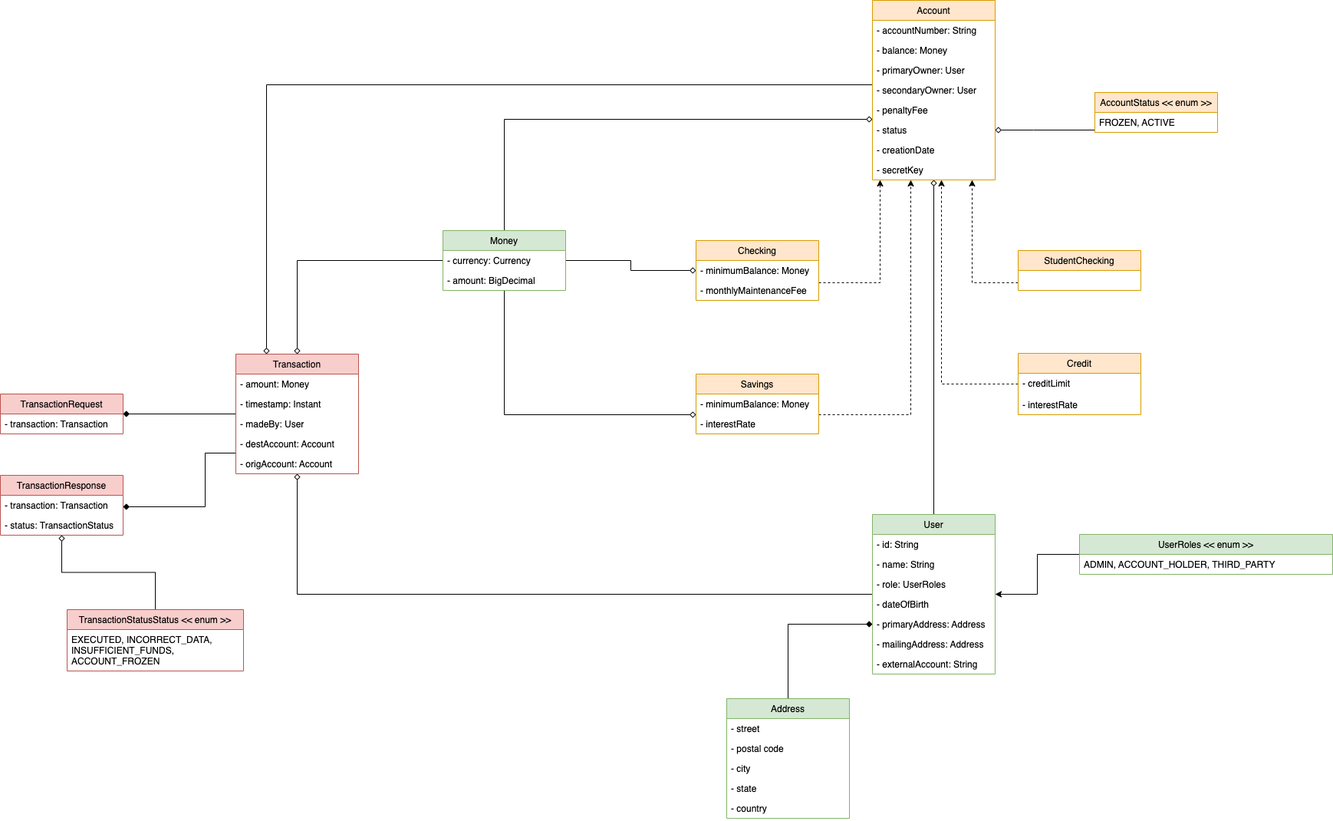
Earlier version of the draw.io export docs/ironbank-classes.png (J3-PT-Java-Bootcamp/alejandroarraiza-ironbank). Source tidied: cells renumbered, new cells last; positions are measured from the earlier drawing's top-left corner, leaving out a move shared by most shapes.
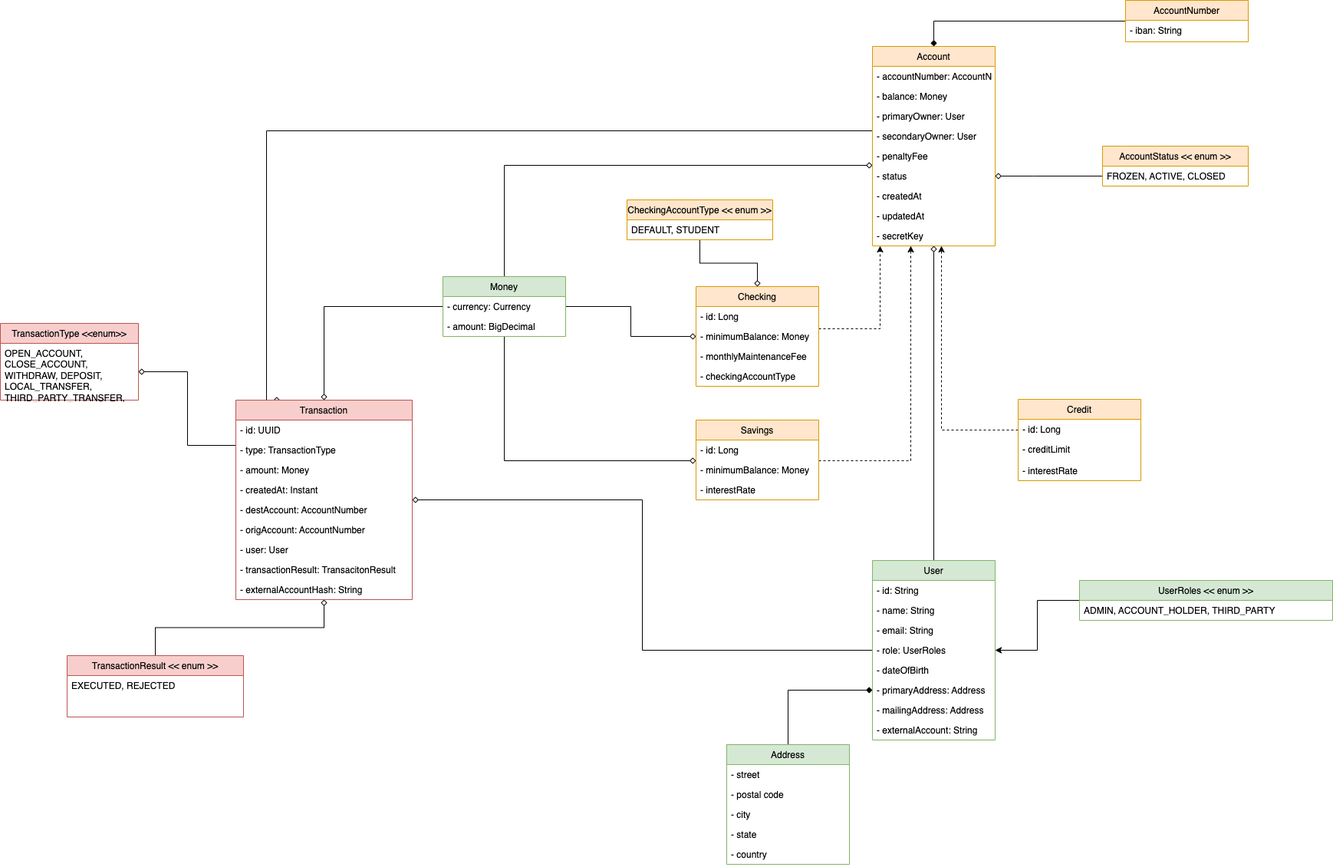
The same file after the commit.

Diff of the diagram source:
```diff
@@ -12,20 +12,16 @@
     <mxCell id="3" value="Checking" style="swimlane;fontStyle=0;horizontal=1;startSize=26;fillColor=#ffe6cc;strokeColor=#d79b00;" parent="1" vertex="1">
-      <mxGeometry x="907" y="313" width="160" height="78" as="geometry" />
+      <mxGeometry x="907" y="313" width="160" height="130" as="geometry" />
     </mxCell>
+    <mxCell id="72" value="- id: Long" style="text;strokeColor=none;fillColor=none;align=left;verticalAlign=top;spacingLeft=4;spacingRight=4;overflow=hidden;" parent="3" vertex="1">
+      <mxGeometry y="26" width="160" height="26" as="geometry" />
+    </mxCell>
     <mxCell id="4" value="- minimumBalance: Money" style="text;strokeColor=none;fillColor=none;align=left;verticalAlign=top;spacingLeft=4;spacingRight=4;overflow=hidden;" parent="3" vertex="1">
-      <mxGeometry y="26" width="160" height="26" as="geometry" />
+      <mxGeometry y="52" width="160" height="26" as="geometry" />
     </mxCell>
     <mxCell id="5" value="- monthlyMaintenanceFee" style="text;strokeColor=none;fillColor=none;align=left;verticalAlign=top;spacingLeft=4;spacingRight=4;overflow=hidden;" parent="3" vertex="1">
-      <mxGeometry y="52" width="160" height="26" as="geometry" />
+      <mxGeometry y="78" width="160" height="26" as="geometry" />
     </mxCell>
-    <mxCell id="6" style="edgeStyle=orthogonalEdgeStyle;rounded=0;jettySize=auto;html=1;dashed=1;" parent="1" edge="1" source="7" target="17">
-      <mxGeometry relative="1" as="geometry">
-        <Array as="points">
-          <mxPoint x="1267" y="368" />
-        </Array>
-      </mxGeometry>
-    </mxCell>
-    <mxCell id="7" value="StudentChecking" style="swimlane;fontStyle=0;horizontal=1;startSize=26;fillColor=#ffe6cc;strokeColor=#d79b00;" parent="1" vertex="1">
-      <mxGeometry x="1327" y="326" width="160" height="52" as="geometry" />
-    </mxCell>
+    <mxCell id="73" value="- checkingAccountType" style="text;strokeColor=none;fillColor=none;align=left;verticalAlign=top;spacingLeft=4;spacingRight=4;overflow=hidden;" parent="3" vertex="1">
+      <mxGeometry y="104" width="160" height="26" as="geometry" />
+    </mxCell>
     <mxCell id="8" style="edgeStyle=orthogonalEdgeStyle;rounded=0;jettySize=auto;html=1;dashed=1;" parent="1" edge="1" source="9" target="17">
@@ -38,9 +34,12 @@
     <mxCell id="9" value="Savings" style="swimlane;fontStyle=0;horizontal=1;startSize=26;fillColor=#ffe6cc;strokeColor=#d79b00;" parent="1" vertex="1">
-      <mxGeometry x="907" y="487" width="160" height="78" as="geometry" />
+      <mxGeometry x="907" y="487" width="160" height="104" as="geometry" />
     </mxCell>
+    <mxCell id="74" value="- id: Long" style="text;strokeColor=none;fillColor=none;align=left;verticalAlign=top;spacingLeft=4;spacingRight=4;overflow=hidden;" parent="9" vertex="1">
+      <mxGeometry y="26" width="160" height="26" as="geometry" />
+    </mxCell>
     <mxCell id="10" value="- minimumBalance: Money" style="text;strokeColor=none;fillColor=none;align=left;verticalAlign=top;spacingLeft=4;spacingRight=4;overflow=hidden;" parent="9" vertex="1">
-      <mxGeometry y="26" width="160" height="26" as="geometry" />
+      <mxGeometry y="52" width="160" height="26" as="geometry" />
     </mxCell>
     <mxCell id="11" value="- interestRate" style="text;strokeColor=none;fillColor=none;align=left;verticalAlign=top;spacingLeft=4;spacingRight=4;overflow=hidden;" parent="9" vertex="1">
-      <mxGeometry y="52" width="160" height="26" as="geometry" />
+      <mxGeometry y="78" width="160" height="26" as="geometry" />
     </mxCell>
@@ -54,9 +53,12 @@
     <mxCell id="13" value="Credit" style="swimlane;fontStyle=0;horizontal=1;startSize=26;fillColor=#ffe6cc;strokeColor=#d79b00;" parent="1" vertex="1">
-      <mxGeometry x="1327" y="460" width="160" height="80" as="geometry" />
+      <mxGeometry x="1327" y="460" width="160" height="106" as="geometry" />
     </mxCell>
+    <mxCell id="75" value="- id: Long" style="text;strokeColor=none;fillColor=none;align=left;verticalAlign=top;spacingLeft=4;spacingRight=4;overflow=hidden;" parent="13" vertex="1">
+      <mxGeometry y="26" width="160" height="26" as="geometry" />
+    </mxCell>
     <mxCell id="14" value="- creditLimit" style="text;strokeColor=none;fillColor=none;align=left;verticalAlign=top;spacingLeft=4;spacingRight=4;overflow=hidden;" parent="13" vertex="1">
-      <mxGeometry y="26" width="160" height="28" as="geometry" />
+      <mxGeometry y="52" width="160" height="28" as="geometry" />
     </mxCell>
     <mxCell id="15" value="- interestRate" style="text;strokeColor=none;fillColor=none;align=left;verticalAlign=top;spacingLeft=4;spacingRight=4;overflow=hidden;" parent="13" vertex="1">
-      <mxGeometry y="54" width="160" height="26" as="geometry" />
+      <mxGeometry y="80" width="160" height="26" as="geometry" />
     </mxCell>
@@ -70,5 +72,5 @@
     <mxCell id="17" value="Account" style="swimlane;fontStyle=0;horizontal=1;startSize=26;fillColor=#ffe6cc;strokeColor=#d79b00;" parent="1" vertex="1">
-      <mxGeometry x="1137" width="160" height="234" as="geometry" />
+      <mxGeometry x="1137" width="160" height="260" as="geometry" />
     </mxCell>
-    <mxCell id="18" value="- accountNumber: String" style="text;strokeColor=none;fillColor=none;align=left;verticalAlign=top;spacingLeft=4;spacingRight=4;overflow=hidden;" parent="17" vertex="1">
+    <mxCell id="18" value="- accountNumber: AccountNumber" style="text;strokeColor=none;fillColor=none;align=left;verticalAlign=top;spacingLeft=4;spacingRight=4;overflow=hidden;" parent="17" vertex="1">
       <mxGeometry y="26" width="160" height="26" as="geometry" />
@@ -90,7 +92,10 @@
     </mxCell>
-    <mxCell id="24" value="- creationDate" style="text;strokeColor=none;fillColor=none;align=left;verticalAlign=top;spacingLeft=4;spacingRight=4;overflow=hidden;" parent="17" vertex="1">
+    <mxCell id="24" value="- createdAt" style="text;strokeColor=none;fillColor=none;align=left;verticalAlign=top;spacingLeft=4;spacingRight=4;overflow=hidden;" parent="17" vertex="1">
       <mxGeometry y="182" width="160" height="26" as="geometry" />
     </mxCell>
+    <mxCell id="76" value="- updatedAt" style="text;strokeColor=none;fillColor=none;align=left;verticalAlign=top;spacingLeft=4;spacingRight=4;overflow=hidden;" parent="17" vertex="1">
+      <mxGeometry y="208" width="160" height="26" as="geometry" />
+    </mxCell>
     <mxCell id="25" value="- secretKey" style="text;strokeColor=none;fillColor=none;align=left;verticalAlign=top;spacingLeft=4;spacingRight=4;overflow=hidden;" parent="17" vertex="1">
-      <mxGeometry y="208" width="160" height="26" as="geometry" />
+      <mxGeometry y="234" width="160" height="26" as="geometry" />
     </mxCell>
@@ -103,3 +108,3 @@
     <mxCell id="28" value="User" style="swimlane;fontStyle=0;horizontal=1;startSize=26;fillColor=#d5e8d4;strokeColor=#82b366;" parent="1" vertex="1">
-      <mxGeometry x="1137" y="670" width="160" height="208" as="geometry" />
+      <mxGeometry x="1137" y="670" width="160" height="234" as="geometry" />
     </mxCell>
@@ -111,16 +116,19 @@
     </mxCell>
+    <mxCell id="77" value="- email: String" style="text;strokeColor=none;fillColor=none;align=left;verticalAlign=top;spacingLeft=4;spacingRight=4;overflow=hidden;" parent="28" vertex="1">
+      <mxGeometry y="78" width="160" height="26" as="geometry" />
+    </mxCell>
     <mxCell id="31" value="- role: UserRoles" style="text;strokeColor=none;fillColor=none;align=left;verticalAlign=top;spacingLeft=4;spacingRight=4;overflow=hidden;" parent="28" vertex="1">
-      <mxGeometry y="78" width="160" height="26" as="geometry" />
+      <mxGeometry y="104" width="160" height="26" as="geometry" />
     </mxCell>
     <mxCell id="32" value="- dateOfBirth" style="text;strokeColor=none;fillColor=none;align=left;verticalAlign=top;spacingLeft=4;spacingRight=4;overflow=hidden;" parent="28" vertex="1">
-      <mxGeometry y="104" width="160" height="26" as="geometry" />
+      <mxGeometry y="130" width="160" height="26" as="geometry" />
     </mxCell>
     <mxCell id="33" value="- primaryAddress: Address" style="text;strokeColor=none;fillColor=none;align=left;verticalAlign=top;spacingLeft=4;spacingRight=4;overflow=hidden;points=[[0,0.5],[1,0.5]];portConstraint=eastwest;" parent="28" vertex="1">
-      <mxGeometry y="130" width="160" height="26" as="geometry" />
+      <mxGeometry y="156" width="160" height="26" as="geometry" />
     </mxCell>
     <mxCell id="34" value="- mailingAddress: Address" style="text;strokeColor=none;fillColor=none;align=left;verticalAlign=top;spacingLeft=4;spacingRight=4;overflow=hidden;" parent="28" vertex="1">
-      <mxGeometry y="156" width="160" height="26" as="geometry" />
+      <mxGeometry y="182" width="160" height="26" as="geometry" />
     </mxCell>
     <mxCell id="35" value="- externalAccount: String" style="text;strokeColor=none;fillColor=none;align=left;verticalAlign=top;spacingLeft=4;spacingRight=4;overflow=hidden;" parent="28" vertex="1">
-      <mxGeometry y="182" width="160" height="26" as="geometry" />
+      <mxGeometry y="208" width="160" height="26" as="geometry" />
     </mxCell>
@@ -176,31 +184,40 @@
     </mxCell>
-    <mxCell id="50" style="edgeStyle=orthogonalEdgeStyle;rounded=0;jettySize=auto;html=1;endArrow=diamond;endFill=1;" parent="1" edge="1" source="52" target="61">
-      <mxGeometry relative="1" as="geometry" />
-    </mxCell>
-    <mxCell id="51" style="edgeStyle=orthogonalEdgeStyle;rounded=0;jettySize=auto;html=1;endArrow=diamond;endFill=1;" parent="1" edge="1" source="52" target="63">
-      <mxGeometry relative="1" as="geometry">
-        <Array as="points">
-          <mxPoint x="267" y="590" />
-          <mxPoint x="267" y="660" />
-        </Array>
-      </mxGeometry>
-    </mxCell>
+    <mxCell id="78" style="edgeStyle=orthogonalEdgeStyle;rounded=0;jettySize=auto;html=1;entryX=1;entryY=0.5;entryDx=0;entryDy=0;fontFamily=Helvetica;endArrow=diamond;endFill=0;" parent="1" edge="1" source="52" target="85">
+      <mxGeometry relative="1" as="geometry">
+        <Array as="points">
+          <mxPoint x="244" y="520" />
+          <mxPoint x="244" y="424" />
+        </Array>
+      </mxGeometry>
+    </mxCell>
     <mxCell id="52" value="Transaction" style="swimlane;fontStyle=0;horizontal=1;startSize=26;fillColor=#f8cecc;strokeColor=#b85450;" parent="1" vertex="1">
-      <mxGeometry x="307" y="461" width="160" height="156" as="geometry" />
+      <mxGeometry x="307" y="461" width="230" height="260" as="geometry" />
     </mxCell>
+    <mxCell id="79" value="- id: UUID" style="text;strokeColor=none;fillColor=none;align=left;verticalAlign=top;spacingLeft=4;spacingRight=4;overflow=hidden;" parent="52" vertex="1">
+      <mxGeometry y="26" width="230" height="26" as="geometry" />
+    </mxCell>
+    <mxCell id="80" value="- type: TransactionType" style="text;strokeColor=none;fillColor=none;align=left;verticalAlign=top;spacingLeft=4;spacingRight=4;overflow=hidden;" parent="52" vertex="1">
+      <mxGeometry y="52" width="230" height="26" as="geometry" />
+    </mxCell>
     <mxCell id="53" value="- amount: Money" style="text;strokeColor=none;fillColor=none;align=left;verticalAlign=top;spacingLeft=4;spacingRight=4;overflow=hidden;" parent="52" vertex="1">
-      <mxGeometry y="26" width="160" height="26" as="geometry" />
+      <mxGeometry y="78" width="230" height="26" as="geometry" />
     </mxCell>
-    <mxCell id="54" value="- timestamp: Instant" style="text;strokeColor=none;fillColor=none;align=left;verticalAlign=top;spacingLeft=4;spacingRight=4;overflow=hidden;" parent="52" vertex="1">
-      <mxGeometry y="52" width="160" height="26" as="geometry" />
+    <mxCell id="54" value="- createdAt: Instant" style="text;strokeColor=none;fillColor=none;align=left;verticalAlign=top;spacingLeft=4;spacingRight=4;overflow=hidden;" parent="52" vertex="1">
+      <mxGeometry y="104" width="230" height="26" as="geometry" />
     </mxCell>
-    <mxCell id="55" value="- madeBy: User" style="text;strokeColor=none;fillColor=none;align=left;verticalAlign=top;spacingLeft=4;spacingRight=4;overflow=hidden;" parent="52" vertex="1">
-      <mxGeometry y="78" width="160" height="26" as="geometry" />
-    </mxCell>
-    <mxCell id="56" value="- destAccount: Account" style="text;strokeColor=none;fillColor=none;align=left;verticalAlign=top;spacingLeft=4;spacingRight=4;overflow=hidden;" parent="52" vertex="1">
-      <mxGeometry y="104" width="160" height="26" as="geometry" />
+    <mxCell id="56" value="- destAccount: AccountNumber" style="text;strokeColor=none;fillColor=none;align=left;verticalAlign=top;spacingLeft=4;spacingRight=4;overflow=hidden;" parent="52" vertex="1">
+      <mxGeometry y="130" width="230" height="26" as="geometry" />
     </mxCell>
-    <mxCell id="57" value="- origAccount: Account" style="text;strokeColor=none;fillColor=none;align=left;verticalAlign=top;spacingLeft=4;spacingRight=4;overflow=hidden;" parent="52" vertex="1">
-      <mxGeometry y="130" width="160" height="26" as="geometry" />
+    <mxCell id="57" value="- origAccount: AccountNumber" style="text;strokeColor=none;fillColor=none;align=left;verticalAlign=top;spacingLeft=4;spacingRight=4;overflow=hidden;" parent="52" vertex="1">
+      <mxGeometry y="156" width="230" height="26" as="geometry" />
     </mxCell>
+    <mxCell id="55" value="- user: User" style="text;strokeColor=none;fillColor=none;align=left;verticalAlign=top;spacingLeft=4;spacingRight=4;overflow=hidden;" parent="52" vertex="1">
+      <mxGeometry y="182" width="230" height="26" as="geometry" />
+    </mxCell>
+    <mxCell id="81" value="- transactionResult: TransacitonResult" style="text;strokeColor=none;fillColor=none;align=left;verticalAlign=top;spacingLeft=4;spacingRight=4;overflow=hidden;" parent="52" vertex="1">
+      <mxGeometry y="208" width="230" height="26" as="geometry" />
+    </mxCell>
+    <mxCell id="82" value="- externalAccountHash: String" style="text;strokeColor=none;fillColor=none;align=left;verticalAlign=top;spacingLeft=4;spacingRight=4;overflow=hidden;" parent="52" vertex="1">
+      <mxGeometry y="234" width="230" height="26" as="geometry" />
+    </mxCell>
     <mxCell id="58" style="edgeStyle=orthogonalEdgeStyle;rounded=0;jettySize=auto;html=1;endArrow=diamond;endFill=0;entryX=1;entryY=0.5;entryDx=0;entryDy=0;" parent="1" edge="1" source="59" target="23">
@@ -214,29 +231,14 @@
     <mxCell id="59" value="AccountStatus &lt;&lt; enum &gt;&gt;" style="swimlane;fontStyle=0;horizontal=1;startSize=26;fillColor=#ffe6cc;strokeColor=#d79b00;" parent="1" vertex="1">
-      <mxGeometry x="1427" y="120" width="160" height="52" as="geometry" />
+      <mxGeometry x="1437" y="130" width="190" height="52" as="geometry" />
     </mxCell>
-    <mxCell id="60" value="FROZEN, ACTIVE" style="text;strokeColor=none;fillColor=none;align=left;verticalAlign=top;spacingLeft=4;spacingRight=4;overflow=hidden;" parent="59" vertex="1">
-      <mxGeometry y="26" width="160" height="26" as="geometry" />
+    <mxCell id="60" value="FROZEN, ACTIVE, CLOSED" style="text;strokeColor=none;fillColor=none;align=left;verticalAlign=top;spacingLeft=4;spacingRight=4;overflow=hidden;" parent="59" vertex="1">
+      <mxGeometry y="26" width="190" height="26" as="geometry" />
     </mxCell>
-    <mxCell id="61" value="TransactionRequest" style="swimlane;fontStyle=0;horizontal=1;startSize=26;fillColor=#f8cecc;strokeColor=#b85450;" parent="1" vertex="1">
-      <mxGeometry y="513" width="160" height="52" as="geometry" />
-    </mxCell>
-    <mxCell id="62" value="- transaction: Transaction" style="text;strokeColor=none;fillColor=none;align=left;verticalAlign=top;spacingLeft=4;spacingRight=4;overflow=hidden;" parent="61" vertex="1">
-      <mxGeometry y="26" width="160" height="26" as="geometry" />
-    </mxCell>
-    <mxCell id="63" value="TransactionResponse" style="swimlane;fontStyle=0;horizontal=1;startSize=26;fillColor=#f8cecc;strokeColor=#b85450;" parent="1" vertex="1">
-      <mxGeometry y="619" width="160" height="78" as="geometry" />
-    </mxCell>
-    <mxCell id="64" value="- transaction: Transaction" style="text;strokeColor=none;fillColor=none;align=left;verticalAlign=top;spacingLeft=4;spacingRight=4;overflow=hidden;" parent="63" vertex="1">
-      <mxGeometry y="26" width="160" height="26" as="geometry" />
-    </mxCell>
-    <mxCell id="65" value="- status: TransactionStatus" style="text;strokeColor=none;fillColor=none;align=left;verticalAlign=top;spacingLeft=4;spacingRight=4;overflow=hidden;" parent="63" vertex="1">
-      <mxGeometry y="52" width="160" height="26" as="geometry" />
-    </mxCell>
-    <mxCell id="66" style="edgeStyle=orthogonalEdgeStyle;rounded=0;jettySize=auto;html=1;endArrow=diamond;endFill=0;" parent="1" edge="1" source="67" target="63">
-      <mxGeometry relative="1" as="geometry" />
-    </mxCell>
+    <mxCell id="83" style="edgeStyle=orthogonalEdgeStyle;rounded=0;jettySize=auto;html=1;fontFamily=Helvetica;endArrow=diamond;endFill=0;" parent="1" edge="1" source="67" target="52">
+      <mxGeometry relative="1" as="geometry" />
+    </mxCell>
-    <mxCell id="67" value="TransactionStatusStatus &lt;&lt; enum &gt;&gt;" style="swimlane;fontStyle=0;horizontal=1;startSize=26;fillColor=#f8cecc;strokeColor=#b85450;" parent="1" vertex="1">
+    <mxCell id="67" value="TransactionResult &lt;&lt; enum &gt;&gt;" style="swimlane;fontStyle=0;horizontal=1;startSize=26;fillColor=#f8cecc;strokeColor=#b85450;" parent="1" vertex="1">
       <mxGeometry x="87" y="794" width="230" height="80" as="geometry" />
     </mxCell>
-    <mxCell id="68" value="EXECUTED, INCORRECT_DATA,&#10;INSUFFICIENT_FUNDS,&#10;ACCOUNT_FROZEN" style="text;strokeColor=none;fillColor=none;align=left;verticalAlign=top;spacingLeft=4;spacingRight=4;overflow=hidden;" parent="67" vertex="1">
+    <mxCell id="68" value="EXECUTED, REJECTED" style="text;strokeColor=none;fillColor=none;align=left;verticalAlign=top;spacingLeft=4;spacingRight=4;overflow=hidden;" parent="67" vertex="1">
       <mxGeometry y="26" width="230" height="54" as="geometry" />
@@ -252,2 +254,26 @@
     </mxCell>
+    <mxCell id="84" value="TransactionType &lt;&lt;enum&gt;&gt;" style="swimlane;fontStyle=0;horizontal=1;startSize=26;fillColor=#f8cecc;strokeColor=#b85450;" parent="1" vertex="1">
+      <mxGeometry y="361" width="180" height="100" as="geometry" />
+    </mxCell>
+    <mxCell id="85" value="OPEN_ACCOUNT, CLOSE_ACCOUNT, WITHDRAW, DEPOSIT, LOCAL_TRANSFER, THIRD_PARTY_TRANSFER, ADMIN, PENALTY_FEE, INTEREST" style="text;strokeColor=none;fillColor=none;align=left;verticalAlign=top;spacingLeft=4;spacingRight=4;overflow=hidden;points=[[0,0.5],[1,0.5]];portConstraint=eastwest;fontFamily=Helvetica;whiteSpace=wrap;" parent="84" vertex="1">
+      <mxGeometry y="26" width="180" height="74" as="geometry" />
+    </mxCell>
+    <mxCell id="86" style="edgeStyle=orthogonalEdgeStyle;rounded=0;jettySize=auto;html=1;fontFamily=Helvetica;endArrow=diamond;endFill=1;" parent="1" edge="1" source="87" target="17">
+      <mxGeometry relative="1" as="geometry" />
+    </mxCell>
+    <mxCell id="87" value="AccountNumber" style="swimlane;fontStyle=0;horizontal=1;startSize=26;fillColor=#ffe6cc;strokeColor=#d79b00;" parent="1" vertex="1">
+      <mxGeometry x="1467" y="-60" width="160" height="54" as="geometry" />
+    </mxCell>
+    <mxCell id="88" value="- iban: String" style="text;strokeColor=none;fillColor=none;align=left;verticalAlign=top;spacingLeft=4;spacingRight=4;overflow=hidden;" parent="87" vertex="1">
+      <mxGeometry y="26" width="160" height="28" as="geometry" />
+    </mxCell>
+    <mxCell id="89" style="edgeStyle=orthogonalEdgeStyle;rounded=0;jettySize=auto;html=1;fontFamily=Helvetica;endArrow=diamond;endFill=0;" parent="1" edge="1" source="90" target="3">
+      <mxGeometry relative="1" as="geometry" />
+    </mxCell>
+    <mxCell id="90" value="CheckingAccountType &lt;&lt; enum &gt;&gt;" style="swimlane;fontStyle=0;horizontal=1;startSize=26;fillColor=#ffe6cc;strokeColor=#d79b00;" parent="1" vertex="1">
+      <mxGeometry x="817" y="200" width="190" height="52" as="geometry" />
+    </mxCell>
+    <mxCell id="91" value="DEFAULT, STUDENT" style="text;strokeColor=none;fillColor=none;align=left;verticalAlign=top;spacingLeft=4;spacingRight=4;overflow=hidden;" parent="90" vertex="1">
+      <mxGeometry y="26" width="190" height="26" as="geometry" />
+    </mxCell>
   </root>
```
